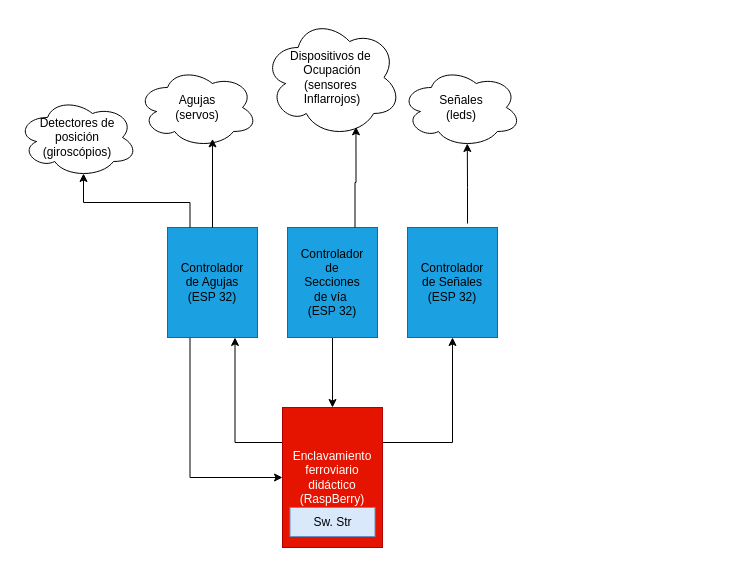
Before: modelado/Esquema del sistema.drawio in oskarrrrvk/EFD, a draw.io diagram. Source tidied: cells renumbered, new cells numbered last; positions are measured from the earlier drawing's top-left corner, leaving out a move shared by most shapes. Both pictures are drawn from the tidied source at 100%, with x=0, y=0 at pixel (17, 17).
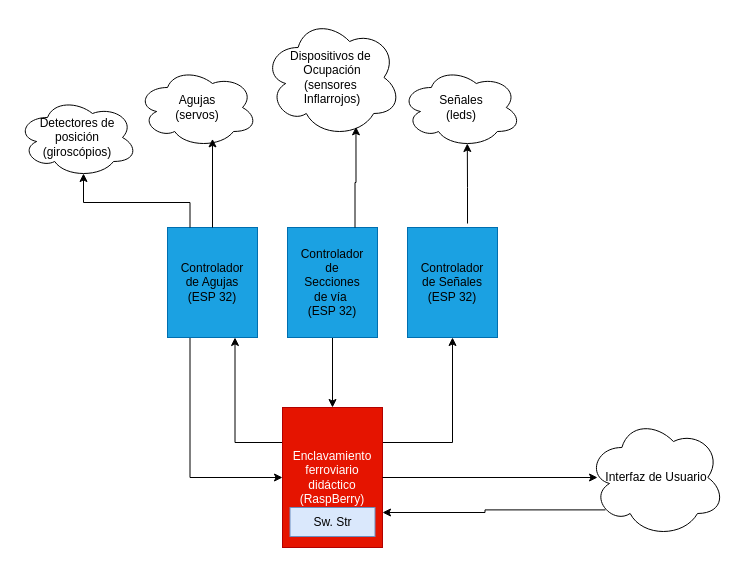
The same diagram, later.

Commit message (it also covers changes not shown here):
wayside scheme updated

Unchanged cells that the change refers to:
```xml
<mxCell id="4" value="Enclavamiento&lt;div&gt;ferroviario didáctico&lt;div&gt;(RaspBerry)&lt;/div&gt;&lt;/div&gt;" style="rounded=0;whiteSpace=wrap;html=1;fillColor=#e51400;strokeColor=#B20000;fontColor=#ffffff;" parent="1" vertex="1">
  <mxGeometry x="265" y="390" width="100" height="140" as="geometry" />
</mxCell>
```

The edit, as a diff of the source:
```diff
@@
+    <mxCell id="22" style="edgeStyle=orthogonalEdgeStyle;rounded=0;jettySize=auto;html=1;exitX=0.13;exitY=0.77;exitDx=0;exitDy=0;exitPerimeter=0;entryX=1;entryY=0.75;entryDx=0;entryDy=0;" parent="1" edge="1" source="23" target="4">
+      <mxGeometry relative="1" as="geometry" />
+    </mxCell>
+    <mxCell id="23" value="Interfaz de Usuario" style="ellipse;shape=cloud;whiteSpace=wrap;html=1;" parent="1" vertex="1">
+      <mxGeometry x="570" y="400" width="137.5" height="120" as="geometry" />
+    </mxCell>
+    <mxCell id="24" style="edgeStyle=orthogonalEdgeStyle;rounded=0;jettySize=auto;html=1;exitX=1;exitY=0.5;exitDx=0;exitDy=0;entryX=0.073;entryY=0.5;entryDx=0;entryDy=0;entryPerimeter=0;" parent="1" edge="1" source="4" target="23">
+      <mxGeometry relative="1" as="geometry" />
+    </mxCell>
```
